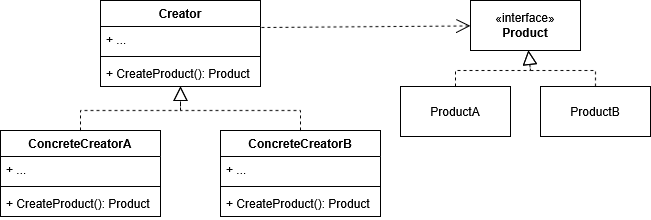
devgalop/design-patterns-csharp keeps this draw.io diagram as creationals/resources/factory_method_components.drawio.png. Above is the earlier version. Source tidied: cells renumbered, new cells last; positions are measured from the earlier drawing's top-left corner, leaving out a move shared by most shapes. Source of this version:
```xml
<mxGraphModel>
  <root>
    <mxCell id="0" />
    <mxCell id="1" parent="0" />
    <mxCell id="2" value="Creator" style="swimlane;fontStyle=1;align=center;verticalAlign=top;horizontal=1;startSize=26;whiteSpace=wrap;html=1;" parent="1" vertex="1">
      <mxGeometry x="100" width="160" height="86" as="geometry" />
    </mxCell>
    <mxCell id="3" value="+ ..." style="text;strokeColor=none;fillColor=none;align=left;verticalAlign=top;spacingLeft=4;spacingRight=4;overflow=hidden;points=[[0,0.5],[1,0.5]];portConstraint=eastwest;whiteSpace=wrap;html=1;" parent="2" vertex="1">
      <mxGeometry y="26" width="160" height="26" as="geometry" />
    </mxCell>
    <mxCell id="4" style="line;strokeWidth=1;fillColor=none;align=left;verticalAlign=middle;spacingTop=-1;spacingLeft=3;spacingRight=3;labelPosition=right;strokeColor=inherit;" parent="2" vertex="1">
      <mxGeometry y="52" width="160" height="8" as="geometry" />
    </mxCell>
    <mxCell id="5" value="+ CreateProduct(): Product" style="text;strokeColor=none;fillColor=none;align=left;verticalAlign=top;spacingLeft=4;spacingRight=4;overflow=hidden;whiteSpace=wrap;html=1;" parent="2" vertex="1">
      <mxGeometry y="60" width="160" height="26" as="geometry" />
    </mxCell>
    <mxCell id="6" value="ConcreteCreatorA" style="swimlane;fontStyle=1;align=center;verticalAlign=top;horizontal=1;startSize=26;whiteSpace=wrap;html=1;" parent="1" vertex="1">
      <mxGeometry y="130" width="160" height="86" as="geometry" />
    </mxCell>
    <mxCell id="7" value="+ ..." style="text;strokeColor=none;fillColor=none;align=left;verticalAlign=top;spacingLeft=4;spacingRight=4;overflow=hidden;whiteSpace=wrap;html=1;" parent="6" vertex="1">
      <mxGeometry y="26" width="160" height="26" as="geometry" />
    </mxCell>
    <mxCell id="8" style="line;strokeWidth=1;fillColor=none;align=left;verticalAlign=middle;spacingTop=-1;spacingLeft=3;spacingRight=3;labelPosition=right;strokeColor=inherit;" parent="6" vertex="1">
      <mxGeometry y="52" width="160" height="8" as="geometry" />
    </mxCell>
    <mxCell id="9" value="+ CreateProduct(): Product" style="text;strokeColor=none;fillColor=none;align=left;verticalAlign=top;spacingLeft=4;spacingRight=4;overflow=hidden;whiteSpace=wrap;html=1;" parent="6" vertex="1">
      <mxGeometry y="60" width="160" height="26" as="geometry" />
    </mxCell>
    <mxCell id="10" value="ConcreteCreatorB" style="swimlane;fontStyle=1;align=center;verticalAlign=top;horizontal=1;startSize=26;whiteSpace=wrap;html=1;" parent="1" vertex="1">
      <mxGeometry x="220" y="130" width="160" height="86" as="geometry" />
    </mxCell>
    <mxCell id="11" value="+ ..." style="text;strokeColor=none;fillColor=none;align=left;verticalAlign=top;spacingLeft=4;spacingRight=4;overflow=hidden;whiteSpace=wrap;html=1;" parent="10" vertex="1">
      <mxGeometry y="26" width="160" height="26" as="geometry" />
    </mxCell>
    <mxCell id="12" style="line;strokeWidth=1;fillColor=none;align=left;verticalAlign=middle;spacingTop=-1;spacingLeft=3;spacingRight=3;labelPosition=right;strokeColor=inherit;" parent="10" vertex="1">
      <mxGeometry y="52" width="160" height="8" as="geometry" />
    </mxCell>
    <mxCell id="13" value="+ CreateProduct(): Product" style="text;strokeColor=none;fillColor=none;align=left;verticalAlign=top;spacingLeft=4;spacingRight=4;overflow=hidden;whiteSpace=wrap;html=1;" parent="10" vertex="1">
      <mxGeometry y="60" width="160" height="26" as="geometry" />
    </mxCell>
    <mxCell id="14" value="«interface»&lt;br&gt;&lt;b&gt;Product&lt;/b&gt;" style="html=1;whiteSpace=wrap;" parent="1" vertex="1">
      <mxGeometry x="470" width="110" height="50" as="geometry" />
    </mxCell>
    <mxCell id="15" value="ProductA" style="html=1;whiteSpace=wrap;" parent="1" vertex="1">
      <mxGeometry x="400" y="86" width="110" height="50" as="geometry" />
    </mxCell>
    <mxCell id="16" value="ProductB" style="html=1;whiteSpace=wrap;" parent="1" vertex="1">
      <mxGeometry x="540" y="86" width="110" height="50" as="geometry" />
    </mxCell>
    <mxCell id="17" style="endArrow=block;dashed=1;endFill=0;endSize=12;html=1;rounded=0;" parent="1" edge="1" source="15" target="14">
      <mxGeometry relative="1" as="geometry">
        <Array as="points">
          <mxPoint x="455" y="70" />
          <mxPoint x="530" y="70" />
        </Array>
      </mxGeometry>
    </mxCell>
    <mxCell id="18" style="endArrow=block;dashed=1;endFill=0;endSize=12;html=1;rounded=0;" parent="1" edge="1" source="16" target="14">
      <mxGeometry relative="1" as="geometry">
        <Array as="points">
          <mxPoint x="595" y="70" />
          <mxPoint x="530" y="70" />
        </Array>
      </mxGeometry>
    </mxCell>
    <mxCell id="19" style="endArrow=block;dashed=1;endFill=0;endSize=12;html=1;rounded=0;" parent="1" edge="1" source="6" target="2">
      <mxGeometry relative="1" as="geometry">
        <Array as="points">
          <mxPoint x="80" y="110" />
          <mxPoint x="180" y="110" />
        </Array>
      </mxGeometry>
    </mxCell>
    <mxCell id="20" style="endArrow=block;dashed=1;endFill=0;endSize=12;html=1;rounded=0;" parent="1" edge="1" source="10" target="2">
      <mxGeometry relative="1" as="geometry">
        <Array as="points">
          <mxPoint x="300" y="110" />
          <mxPoint x="180" y="110" />
        </Array>
      </mxGeometry>
    </mxCell>
    <mxCell id="21" value="&lt;div&gt;&lt;br&gt;&lt;/div&gt;" style="endArrow=open;endSize=12;dashed=1;html=1;rounded=0;exitX=1.006;exitY=0.038;exitDx=0;exitDy=0;exitPerimeter=0;" parent="1" edge="1" source="3" target="14">
      <mxGeometry relative="1" as="geometry" />
    </mxCell>
  </root>
</mxGraphModel>
```
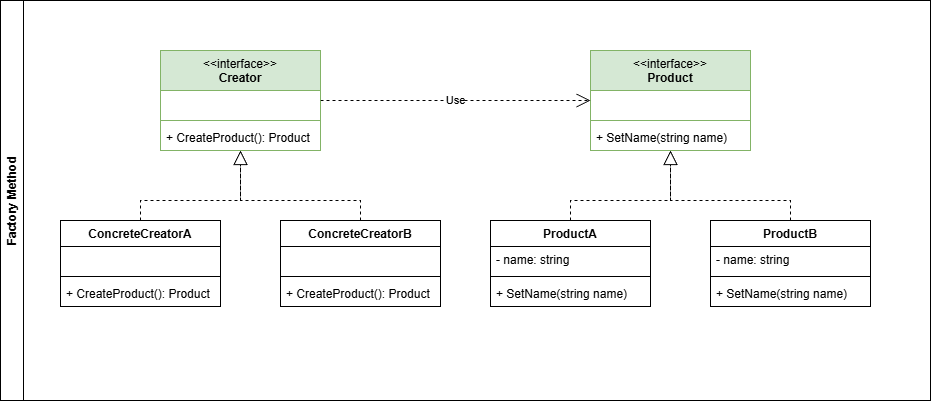
Later version of the same file.

What changed in the source:
```diff
@@ -1,23 +1,11 @@
-<mxGraphModel>
+<mxGraphModel background="#ffffff">
   <root>
     <mxCell id="0" />
     <mxCell id="1" parent="0" />
-    <mxCell id="2" value="Creator" style="swimlane;fontStyle=1;align=center;verticalAlign=top;horizontal=1;startSize=26;whiteSpace=wrap;html=1;" parent="1" vertex="1">
-      <mxGeometry x="100" width="160" height="86" as="geometry" />
-    </mxCell>
-    <mxCell id="3" value="+ ..." style="text;strokeColor=none;fillColor=none;align=left;verticalAlign=top;spacingLeft=4;spacingRight=4;overflow=hidden;points=[[0,0.5],[1,0.5]];portConstraint=eastwest;whiteSpace=wrap;html=1;" parent="2" vertex="1">
-      <mxGeometry y="26" width="160" height="26" as="geometry" />
-    </mxCell>
-    <mxCell id="4" style="line;strokeWidth=1;fillColor=none;align=left;verticalAlign=middle;spacingTop=-1;spacingLeft=3;spacingRight=3;labelPosition=right;strokeColor=inherit;" parent="2" vertex="1">
-      <mxGeometry y="52" width="160" height="8" as="geometry" />
-    </mxCell>
-    <mxCell id="5" value="+ CreateProduct(): Product" style="text;strokeColor=none;fillColor=none;align=left;verticalAlign=top;spacingLeft=4;spacingRight=4;overflow=hidden;whiteSpace=wrap;html=1;" parent="2" vertex="1">
-      <mxGeometry y="60" width="160" height="26" as="geometry" />
-    </mxCell>
     <mxCell id="6" value="ConcreteCreatorA" style="swimlane;fontStyle=1;align=center;verticalAlign=top;horizontal=1;startSize=26;whiteSpace=wrap;html=1;" parent="1" vertex="1">
       <mxGeometry y="130" width="160" height="86" as="geometry" />
     </mxCell>
-    <mxCell id="7" value="+ ..." style="text;strokeColor=none;fillColor=none;align=left;verticalAlign=top;spacingLeft=4;spacingRight=4;overflow=hidden;whiteSpace=wrap;html=1;" parent="6" vertex="1">
+    <mxCell id="7" value="&amp;nbsp;" style="text;strokeColor=none;fillColor=none;align=left;verticalAlign=top;spacingLeft=4;spacingRight=4;overflow=hidden;whiteSpace=wrap;html=1;" parent="6" vertex="1">
       <mxGeometry y="26" width="160" height="26" as="geometry" />
     </mxCell>
     <mxCell id="8" style="line;strokeWidth=1;fillColor=none;align=left;verticalAlign=middle;spacingTop=-1;spacingLeft=3;spacingRight=3;labelPosition=right;strokeColor=inherit;" parent="6" vertex="1">
@@ -29,7 +17,7 @@
     <mxCell id="10" value="ConcreteCreatorB" style="swimlane;fontStyle=1;align=center;verticalAlign=top;horizontal=1;startSize=26;whiteSpace=wrap;html=1;" parent="1" vertex="1">
       <mxGeometry x="220" y="130" width="160" height="86" as="geometry" />
     </mxCell>
-    <mxCell id="11" value="+ ..." style="text;strokeColor=none;fillColor=none;align=left;verticalAlign=top;spacingLeft=4;spacingRight=4;overflow=hidden;whiteSpace=wrap;html=1;" parent="10" vertex="1">
+    <mxCell id="11" value="&amp;nbsp;" style="text;strokeColor=none;fillColor=none;align=left;verticalAlign=top;spacingLeft=4;spacingRight=4;overflow=hidden;whiteSpace=wrap;html=1;" parent="10" vertex="1">
       <mxGeometry y="26" width="160" height="26" as="geometry" />
     </mxCell>
     <mxCell id="12" style="line;strokeWidth=1;fillColor=none;align=left;verticalAlign=middle;spacingTop=-1;spacingLeft=3;spacingRight=3;labelPosition=right;strokeColor=inherit;" parent="10" vertex="1">
@@ -38,31 +26,6 @@
     <mxCell id="13" value="+ CreateProduct(): Product" style="text;strokeColor=none;fillColor=none;align=left;verticalAlign=top;spacingLeft=4;spacingRight=4;overflow=hidden;whiteSpace=wrap;html=1;" parent="10" vertex="1">
       <mxGeometry y="60" width="160" height="26" as="geometry" />
     </mxCell>
-    <mxCell id="14" value="«interface»&lt;br&gt;&lt;b&gt;Product&lt;/b&gt;" style="html=1;whiteSpace=wrap;" parent="1" vertex="1">
-      <mxGeometry x="470" width="110" height="50" as="geometry" />
-    </mxCell>
-    <mxCell id="15" value="ProductA" style="html=1;whiteSpace=wrap;" parent="1" vertex="1">
-      <mxGeometry x="400" y="86" width="110" height="50" as="geometry" />
-    </mxCell>
-    <mxCell id="16" value="ProductB" style="html=1;whiteSpace=wrap;" parent="1" vertex="1">
-      <mxGeometry x="540" y="86" width="110" height="50" as="geometry" />
-    </mxCell>
-    <mxCell id="17" style="endArrow=block;dashed=1;endFill=0;endSize=12;html=1;rounded=0;" parent="1" edge="1" source="15" target="14">
-      <mxGeometry relative="1" as="geometry">
-        <Array as="points">
-          <mxPoint x="455" y="70" />
-          <mxPoint x="530" y="70" />
-        </Array>
-      </mxGeometry>
-    </mxCell>
-    <mxCell id="18" style="endArrow=block;dashed=1;endFill=0;endSize=12;html=1;rounded=0;" parent="1" edge="1" source="16" target="14">
-      <mxGeometry relative="1" as="geometry">
-        <Array as="points">
-          <mxPoint x="595" y="70" />
-          <mxPoint x="530" y="70" />
-        </Array>
-      </mxGeometry>
-    </mxCell>
     <mxCell id="19" style="endArrow=block;dashed=1;endFill=0;endSize=12;html=1;rounded=0;" parent="1" edge="1" source="6" target="2">
       <mxGeometry relative="1" as="geometry">
         <Array as="points">
@@ -79,8 +42,76 @@
         </Array>
       </mxGeometry>
     </mxCell>
-    <mxCell id="21" value="&lt;div&gt;&lt;br&gt;&lt;/div&gt;" style="endArrow=open;endSize=12;dashed=1;html=1;rounded=0;exitX=1.006;exitY=0.038;exitDx=0;exitDy=0;exitPerimeter=0;" parent="1" edge="1" source="3" target="14">
-      <mxGeometry relative="1" as="geometry" />
-    </mxCell>
+    <mxCell id="22" value="Factory Method" style="swimlane;horizontal=0;whiteSpace=wrap;html=1;" parent="1" vertex="1">
+      <mxGeometry x="-60" y="-90" width="930" height="400" as="geometry" />
+    </mxCell>
+    <mxCell id="2" value="&lt;span style=&quot;font-weight: normal;&quot;&gt;&amp;lt;&amp;lt;interface&amp;gt;&amp;gt;&lt;/span&gt;&lt;br&gt;Creator" style="swimlane;fontStyle=1;align=center;verticalAlign=top;horizontal=1;startSize=40;whiteSpace=wrap;html=1;fillColor=#d5e8d4;strokeColor=#82b366;" parent="22" vertex="1">
+      <mxGeometry x="160" y="50" width="160" height="100" as="geometry" />
+    </mxCell>
+    <mxCell id="3" value="&amp;nbsp;" style="text;strokeColor=none;fillColor=none;align=left;verticalAlign=top;spacingLeft=4;spacingRight=4;overflow=hidden;points=[[0,0.5],[1,0.5]];portConstraint=eastwest;whiteSpace=wrap;html=1;" parent="2" vertex="1">
+      <mxGeometry y="40" width="160" height="26" as="geometry" />
+    </mxCell>
+    <mxCell id="4" style="line;strokeWidth=1;fillColor=none;align=left;verticalAlign=middle;spacingTop=-1;spacingLeft=3;spacingRight=3;labelPosition=right;strokeColor=inherit;" parent="2" vertex="1">
+      <mxGeometry y="66" width="160" height="8" as="geometry" />
+    </mxCell>
+    <mxCell id="5" value="+ CreateProduct(): Product" style="text;strokeColor=none;fillColor=none;align=left;verticalAlign=top;spacingLeft=4;spacingRight=4;overflow=hidden;whiteSpace=wrap;html=1;" parent="2" vertex="1">
+      <mxGeometry y="74" width="160" height="26" as="geometry" />
+    </mxCell>
+    <mxCell id="15" value="ProductA" style="swimlane;fontStyle=1;align=center;verticalAlign=top;horizontal=1;startSize=26;whiteSpace=wrap;html=1;" parent="22" vertex="1">
+      <mxGeometry x="490" y="220" width="160" height="86" as="geometry" />
+    </mxCell>
+    <mxCell id="23" value="- name: string" style="text;strokeColor=none;fillColor=none;align=left;verticalAlign=top;spacingLeft=4;spacingRight=4;overflow=hidden;whiteSpace=wrap;html=1;" parent="15" vertex="1">
+      <mxGeometry y="26" width="160" height="26" as="geometry" />
+    </mxCell>
+    <mxCell id="24" style="line;strokeWidth=1;fillColor=none;align=left;verticalAlign=middle;spacingTop=-1;spacingLeft=3;spacingRight=3;labelPosition=right;strokeColor=inherit;" parent="15" vertex="1">
+      <mxGeometry y="52" width="160" height="8" as="geometry" />
+    </mxCell>
+    <mxCell id="25" value="+ SetName(string name)" style="text;strokeColor=none;fillColor=none;align=left;verticalAlign=top;spacingLeft=4;spacingRight=4;overflow=hidden;whiteSpace=wrap;html=1;" parent="15" vertex="1">
+      <mxGeometry y="60" width="160" height="26" as="geometry" />
+    </mxCell>
+    <mxCell id="26" style="endArrow=block;dashed=1;endFill=0;endSize=12;html=1;rounded=0;" parent="22" edge="1" source="15" target="28">
+      <mxGeometry relative="1" as="geometry">
+        <Array as="points">
+          <mxPoint x="570" y="200" />
+          <mxPoint x="670" y="200" />
+        </Array>
+      </mxGeometry>
+    </mxCell>
+    <mxCell id="27" style="endArrow=block;dashed=1;endFill=0;endSize=12;html=1;rounded=0;" parent="22" edge="1" target="28">
+      <mxGeometry relative="1" as="geometry">
+        <mxPoint x="790" y="220" as="sourcePoint" />
+        <Array as="points">
+          <mxPoint x="790" y="200" />
+          <mxPoint x="670" y="200" />
+        </Array>
+      </mxGeometry>
+    </mxCell>
+    <mxCell id="28" value="&lt;span style=&quot;font-weight: normal;&quot;&gt;&amp;lt;&amp;lt;interface&amp;gt;&amp;gt;&lt;/span&gt;&lt;br&gt;Product" style="swimlane;fontStyle=1;align=center;verticalAlign=top;horizontal=1;startSize=40;whiteSpace=wrap;html=1;fillColor=#d5e8d4;strokeColor=#82b366;" parent="22" vertex="1">
+      <mxGeometry x="590" y="50" width="160" height="100" as="geometry" />
+    </mxCell>
+    <mxCell id="29" value="&amp;nbsp;" style="text;strokeColor=none;fillColor=none;align=left;verticalAlign=top;spacingLeft=4;spacingRight=4;overflow=hidden;whiteSpace=wrap;html=1;" parent="28" vertex="1">
+      <mxGeometry y="40" width="160" height="26" as="geometry" />
+    </mxCell>
+    <mxCell id="30" style="line;strokeWidth=1;fillColor=none;align=left;verticalAlign=middle;spacingTop=-1;spacingLeft=3;spacingRight=3;labelPosition=right;strokeColor=inherit;" parent="28" vertex="1">
+      <mxGeometry y="66" width="160" height="8" as="geometry" />
+    </mxCell>
+    <mxCell id="31" value="+ SetName(string name)" style="text;strokeColor=none;fillColor=none;align=left;verticalAlign=top;spacingLeft=4;spacingRight=4;overflow=hidden;whiteSpace=wrap;html=1;" parent="28" vertex="1">
+      <mxGeometry y="74" width="160" height="26" as="geometry" />
+    </mxCell>
+    <mxCell id="16" value="ProductB" style="swimlane;fontStyle=1;align=center;verticalAlign=top;horizontal=1;startSize=26;whiteSpace=wrap;html=1;" parent="22" vertex="1">
+      <mxGeometry x="710" y="220" width="160" height="86" as="geometry" />
+    </mxCell>
+    <mxCell id="32" value="- name: string" style="text;strokeColor=none;fillColor=none;align=left;verticalAlign=top;spacingLeft=4;spacingRight=4;overflow=hidden;whiteSpace=wrap;html=1;" parent="16" vertex="1">
+      <mxGeometry y="26" width="160" height="26" as="geometry" />
+    </mxCell>
+    <mxCell id="33" style="line;strokeWidth=1;fillColor=none;align=left;verticalAlign=middle;spacingTop=-1;spacingLeft=3;spacingRight=3;labelPosition=right;strokeColor=inherit;" parent="16" vertex="1">
+      <mxGeometry y="52" width="160" height="8" as="geometry" />
+    </mxCell>
+    <mxCell id="34" value="+ SetName(string name)" style="text;strokeColor=none;fillColor=none;align=left;verticalAlign=top;spacingLeft=4;spacingRight=4;overflow=hidden;whiteSpace=wrap;html=1;" parent="16" vertex="1">
+      <mxGeometry y="60" width="160" height="26" as="geometry" />
+    </mxCell>
+    <mxCell id="35" value="Use" style="endArrow=open;endSize=12;dashed=1;html=1;" parent="22" edge="1" source="2" target="28">
+      <mxGeometry relative="1" as="geometry" />
+    </mxCell>
   </root>
 </mxGraphModel>
```
